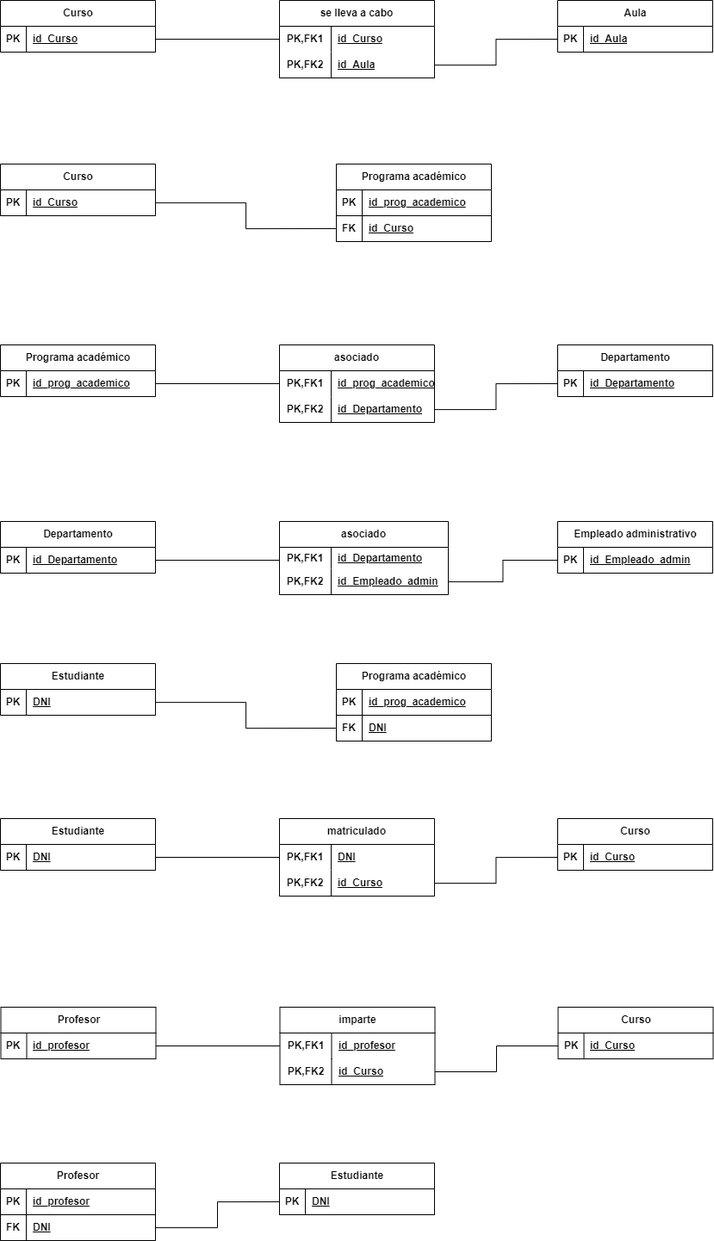
Before: modelo-relacional/modelo-relacional.drawio.png, a diagram exported from draw.io (RafaelMayor/proyectoBBDD). Source tidied: cells renumbered, new cells last; positions are measured from the earlier drawing's top-left corner, leaving out a move shared by most shapes.
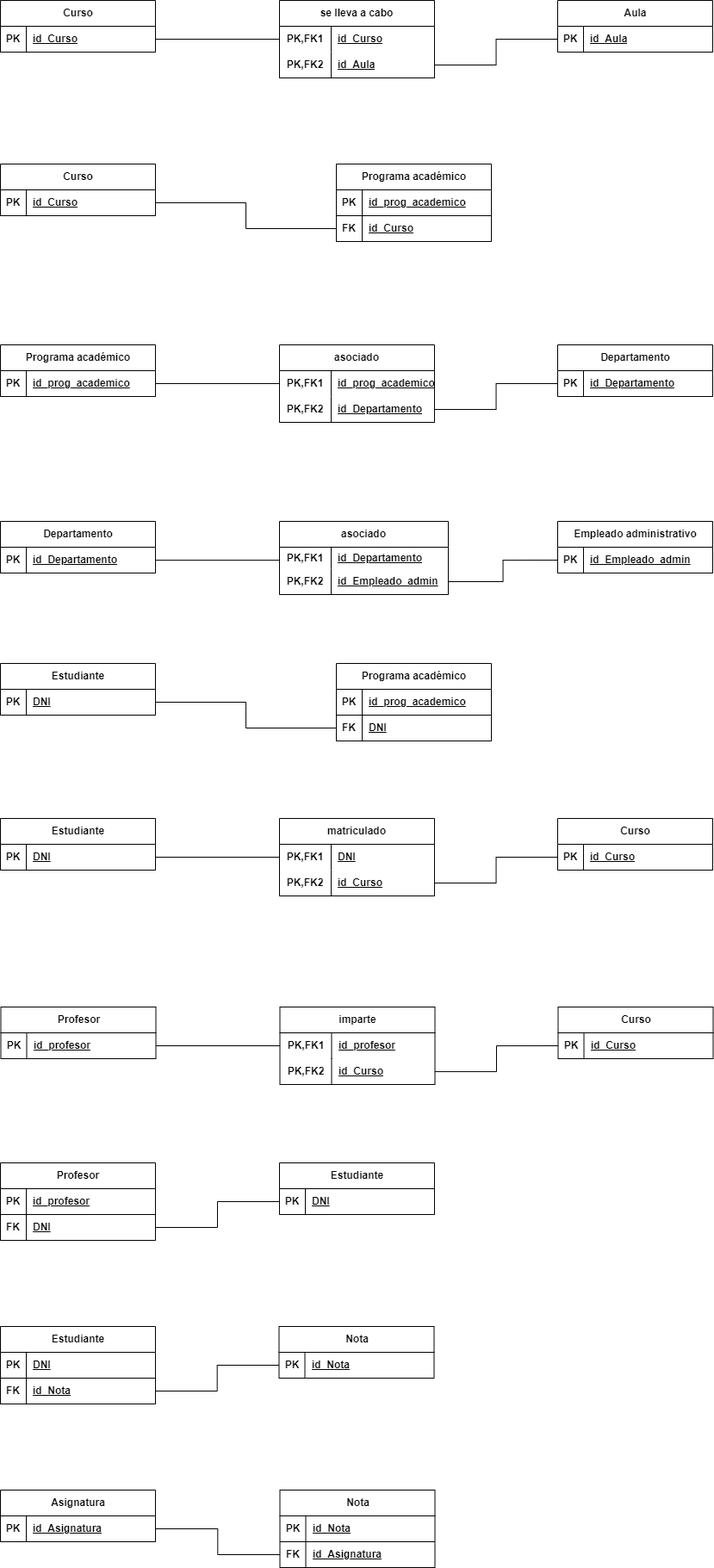
Above is the later version.

Diff of the diagram source:
```diff
@@ -369,5 +369,77 @@
     <mxCell id="122" style="edgeStyle=orthogonalEdgeStyle;rounded=0;jettySize=auto;html=1;entryX=0;entryY=0.5;entryDx=0;entryDy=0;endArrow=none;endFill=0;" parent="1" edge="1" source="115" target="119">
       <mxGeometry relative="1" as="geometry" />
     </mxCell>
+    <mxCell id="123" value="Nota" style="shape=table;startSize=30;rowLines=0;fontStyle=1;align=center;html=1;" parent="1" vertex="1">
+      <mxGeometry x="323.5" y="1540" width="180" height="60" as="geometry" />
+    </mxCell>
+    <mxCell id="124" style="shape=tableRow;horizontal=0;startSize=0;swimlaneHead=0;swimlaneBody=0;fillColor=none;top=0;left=0;right=0;bottom=1;" parent="123" vertex="1">
+      <mxGeometry y="30" width="180" height="30" as="geometry" />
+    </mxCell>
+    <mxCell id="125" value="PK" style="shape=partialRectangle;fillColor=none;top=0;left=0;bottom=0;right=0;fontStyle=1;overflow=hidden;whiteSpace=wrap;html=1;" parent="124" vertex="1">
+      <mxGeometry width="30" height="30" as="geometry" />
+    </mxCell>
+    <mxCell id="126" value="id_Nota" style="shape=partialRectangle;fillColor=none;top=0;left=0;bottom=0;right=0;align=left;spacingLeft=6;fontStyle=5;overflow=hidden;whiteSpace=wrap;html=1;" parent="124" vertex="1">
+      <mxGeometry x="30" width="150" height="30" as="geometry" />
+    </mxCell>
+    <mxCell id="127" value="Estudiante" style="shape=table;startSize=30;rowLines=0;fontStyle=1;align=center;html=1;" parent="1" vertex="1">
+      <mxGeometry y="1540" width="180" height="90" as="geometry" />
+    </mxCell>
+    <mxCell id="128" style="shape=tableRow;horizontal=0;startSize=0;swimlaneHead=0;swimlaneBody=0;fillColor=none;top=0;left=0;right=0;bottom=1;" parent="127" vertex="1">
+      <mxGeometry y="30" width="180" height="30" as="geometry" />
+    </mxCell>
+    <mxCell id="129" value="PK" style="shape=partialRectangle;fillColor=none;top=0;left=0;bottom=0;right=0;fontStyle=1;overflow=hidden;whiteSpace=wrap;html=1;" parent="128" vertex="1">
+      <mxGeometry width="30" height="30" as="geometry" />
+    </mxCell>
+    <mxCell id="130" value="DNI" style="shape=partialRectangle;fillColor=none;top=0;left=0;bottom=0;right=0;align=left;spacingLeft=6;fontStyle=5;overflow=hidden;whiteSpace=wrap;html=1;" parent="128" vertex="1">
+      <mxGeometry x="30" width="150" height="30" as="geometry" />
+    </mxCell>
+    <mxCell id="131" style="shape=tableRow;horizontal=0;startSize=0;swimlaneHead=0;swimlaneBody=0;fillColor=none;points=[[0,0.5],[1,0.5]];portConstraint=eastwest;top=0;left=0;right=0;bottom=1;" parent="127" vertex="1">
+      <mxGeometry y="60" width="180" height="30" as="geometry" />
+    </mxCell>
+    <mxCell id="132" value="FK" style="shape=partialRectangle;fillColor=none;top=0;left=0;bottom=0;right=0;fontStyle=1;overflow=hidden;whiteSpace=wrap;html=1;" parent="131" vertex="1">
+      <mxGeometry width="30" height="30" as="geometry" />
+    </mxCell>
+    <mxCell id="133" value="id_Nota" style="shape=partialRectangle;fillColor=none;top=0;left=0;bottom=0;right=0;align=left;spacingLeft=6;fontStyle=5;overflow=hidden;whiteSpace=wrap;html=1;" parent="131" vertex="1">
+      <mxGeometry x="30" width="150" height="30" as="geometry" />
+    </mxCell>
+    <mxCell id="134" style="edgeStyle=orthogonalEdgeStyle;rounded=0;jettySize=auto;html=1;endArrow=none;endFill=0;entryX=0;entryY=0.75;entryDx=0;entryDy=0;" parent="1" edge="1" source="131" target="123">
+      <mxGeometry relative="1" as="geometry" />
+    </mxCell>
+    <mxCell id="135" value="Asignatura" style="shape=table;startSize=30;rowLines=0;fontStyle=1;align=center;html=1;" parent="1" vertex="1">
+      <mxGeometry y="1730" width="180" height="60" as="geometry" />
+    </mxCell>
+    <mxCell id="136" style="shape=tableRow;horizontal=0;startSize=0;swimlaneHead=0;swimlaneBody=0;fillColor=none;points=[[0,0.5],[1,0.5]];portConstraint=eastwest;top=0;left=0;right=0;bottom=1;" parent="135" vertex="1">
+      <mxGeometry y="30" width="180" height="30" as="geometry" />
+    </mxCell>
+    <mxCell id="137" value="PK" style="shape=partialRectangle;fillColor=none;top=0;left=0;bottom=0;right=0;fontStyle=1;overflow=hidden;whiteSpace=wrap;html=1;" parent="136" vertex="1">
+      <mxGeometry width="30" height="30" as="geometry" />
+    </mxCell>
+    <mxCell id="138" value="id_Asignatura" style="shape=partialRectangle;fillColor=none;top=0;left=0;bottom=0;right=0;align=left;spacingLeft=6;fontStyle=5;overflow=hidden;whiteSpace=wrap;html=1;" parent="136" vertex="1">
+      <mxGeometry x="30" width="150" height="30" as="geometry" />
+    </mxCell>
+    <mxCell id="139" value="Nota" style="shape=table;startSize=30;rowLines=0;fontStyle=1;align=center;html=1;" parent="1" vertex="1">
+      <mxGeometry x="324.5" y="1730" width="180" height="90" as="geometry" />
+    </mxCell>
+    <mxCell id="140" style="shape=tableRow;horizontal=0;startSize=0;swimlaneHead=0;swimlaneBody=0;fillColor=none;top=0;left=0;right=0;bottom=1;" parent="139" vertex="1">
+      <mxGeometry y="30" width="180" height="30" as="geometry" />
+    </mxCell>
+    <mxCell id="141" value="PK" style="shape=partialRectangle;fillColor=none;top=0;left=0;bottom=0;right=0;fontStyle=1;overflow=hidden;whiteSpace=wrap;html=1;" parent="140" vertex="1">
+      <mxGeometry width="30" height="30" as="geometry" />
+    </mxCell>
+    <mxCell id="142" value="id_Nota" style="shape=partialRectangle;fillColor=none;top=0;left=0;bottom=0;right=0;align=left;spacingLeft=6;fontStyle=5;overflow=hidden;whiteSpace=wrap;html=1;" parent="140" vertex="1">
+      <mxGeometry x="30" width="150" height="30" as="geometry" />
+    </mxCell>
+    <mxCell id="143" style="shape=tableRow;horizontal=0;startSize=0;swimlaneHead=0;swimlaneBody=0;fillColor=none;points=[[0,0.5],[1,0.5]];portConstraint=eastwest;top=0;left=0;right=0;bottom=1;" parent="139" vertex="1">
+      <mxGeometry y="60" width="180" height="30" as="geometry" />
+    </mxCell>
+    <mxCell id="144" value="FK" style="shape=partialRectangle;fillColor=none;top=0;left=0;bottom=0;right=0;fontStyle=1;overflow=hidden;whiteSpace=wrap;html=1;" parent="143" vertex="1">
+      <mxGeometry width="30" height="30" as="geometry" />
+    </mxCell>
+    <mxCell id="145" value="id_Asignatura" style="shape=partialRectangle;fillColor=none;top=0;left=0;bottom=0;right=0;align=left;spacingLeft=6;fontStyle=5;overflow=hidden;whiteSpace=wrap;html=1;" parent="143" vertex="1">
+      <mxGeometry x="30" width="150" height="30" as="geometry" />
+    </mxCell>
+    <mxCell id="146" style="edgeStyle=orthogonalEdgeStyle;rounded=0;jettySize=auto;html=1;entryX=0;entryY=0.5;entryDx=0;entryDy=0;endArrow=none;endFill=0;" parent="1" edge="1" source="136" target="143">
+      <mxGeometry relative="1" as="geometry" />
+    </mxCell>
   </root>
 </mxGraphModel>
```
